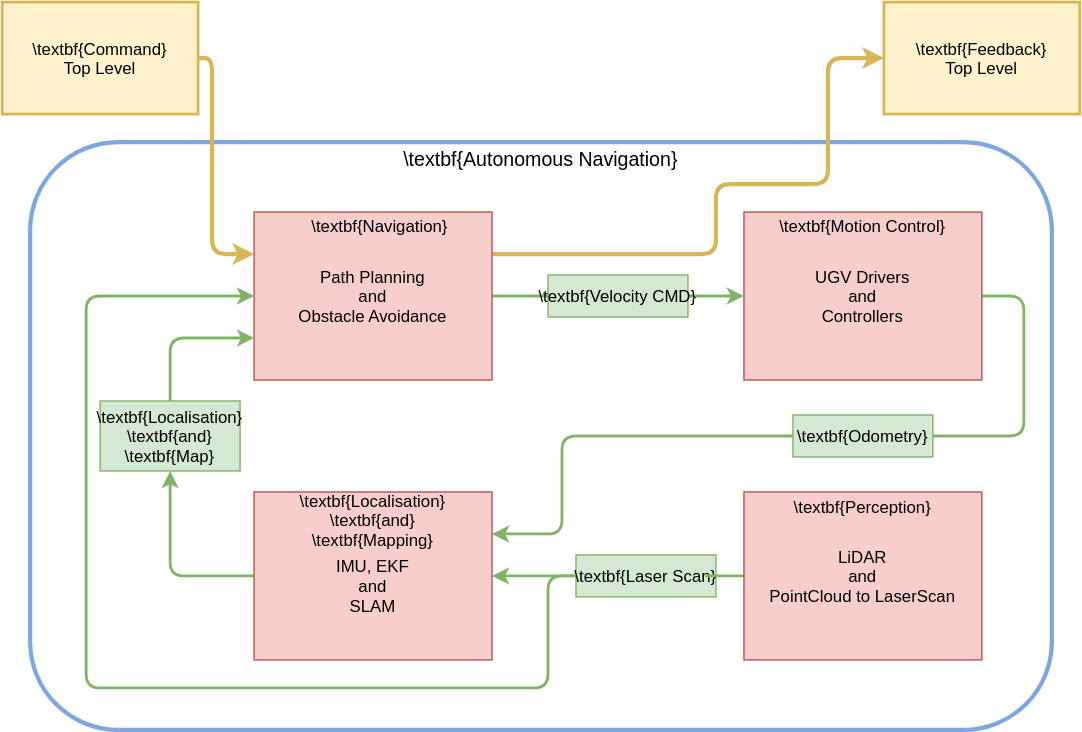
This is Figures/figANMethod.drawio.svg from orjano-max/ORJANOS_MASTER_REPO, a draw.io export, as it was before one commit. Source tidied: cells renumbered, new cells last; positions are measured from the earlier drawing's top-left corner, leaving out a move shared by most shapes.
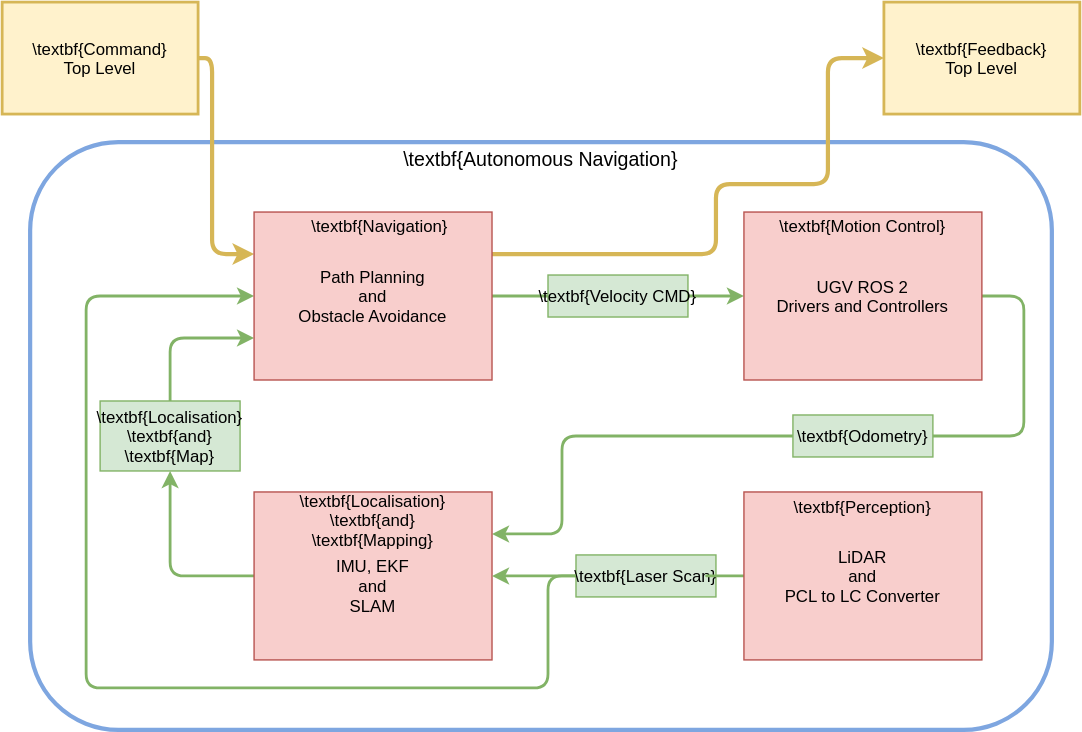
The same file after the commit.

Change to the diagram source:
```diff
@@ -86,7 +86,7 @@
     <mxCell id="18" style="group;" parent="1" vertex="1">
       <mxGeometry x="530" y="150" width="170" height="120" as="geometry" />
     </mxCell>
-    <mxCell id="19" value="UGV Drivers&#10;and&#10;Controllers" style="rounded=0;fillColor=#f8cecc;strokeColor=#b85450;" parent="18" vertex="1">
+    <mxCell id="19" value="UGV ROS 2&#10; Drivers and Controllers" style="rounded=0;fillColor=#f8cecc;strokeColor=#b85450;" parent="18" vertex="1">
       <mxGeometry width="170" height="120" as="geometry" />
     </mxCell>
     <mxCell id="20" value="\textbf{Motion Control}" style="text;strokeColor=none;fillColor=none;align=center;verticalAlign=middle;rounded=0;" parent="18" vertex="1">
@@ -121,7 +121,7 @@
     <mxCell id="28" style="group;" parent="1" vertex="1">
       <mxGeometry x="530" y="350" width="170" height="120" as="geometry" />
     </mxCell>
-    <mxCell id="29" value="LiDAR&#10;and&#10;PointCloud to LaserScan" style="rounded=0;fillColor=#f8cecc;strokeColor=#b85450;" parent="28" vertex="1">
+    <mxCell id="29" value="LiDAR&#10;and&#10;PCL to LC Converter" style="rounded=0;fillColor=#f8cecc;strokeColor=#b85450;" parent="28" vertex="1">
       <mxGeometry width="170" height="120" as="geometry" />
     </mxCell>
     <mxCell id="30" value="\textbf{Perception}" style="text;strokeColor=none;fillColor=none;align=center;verticalAlign=middle;rounded=0;" parent="28" vertex="1">
```
